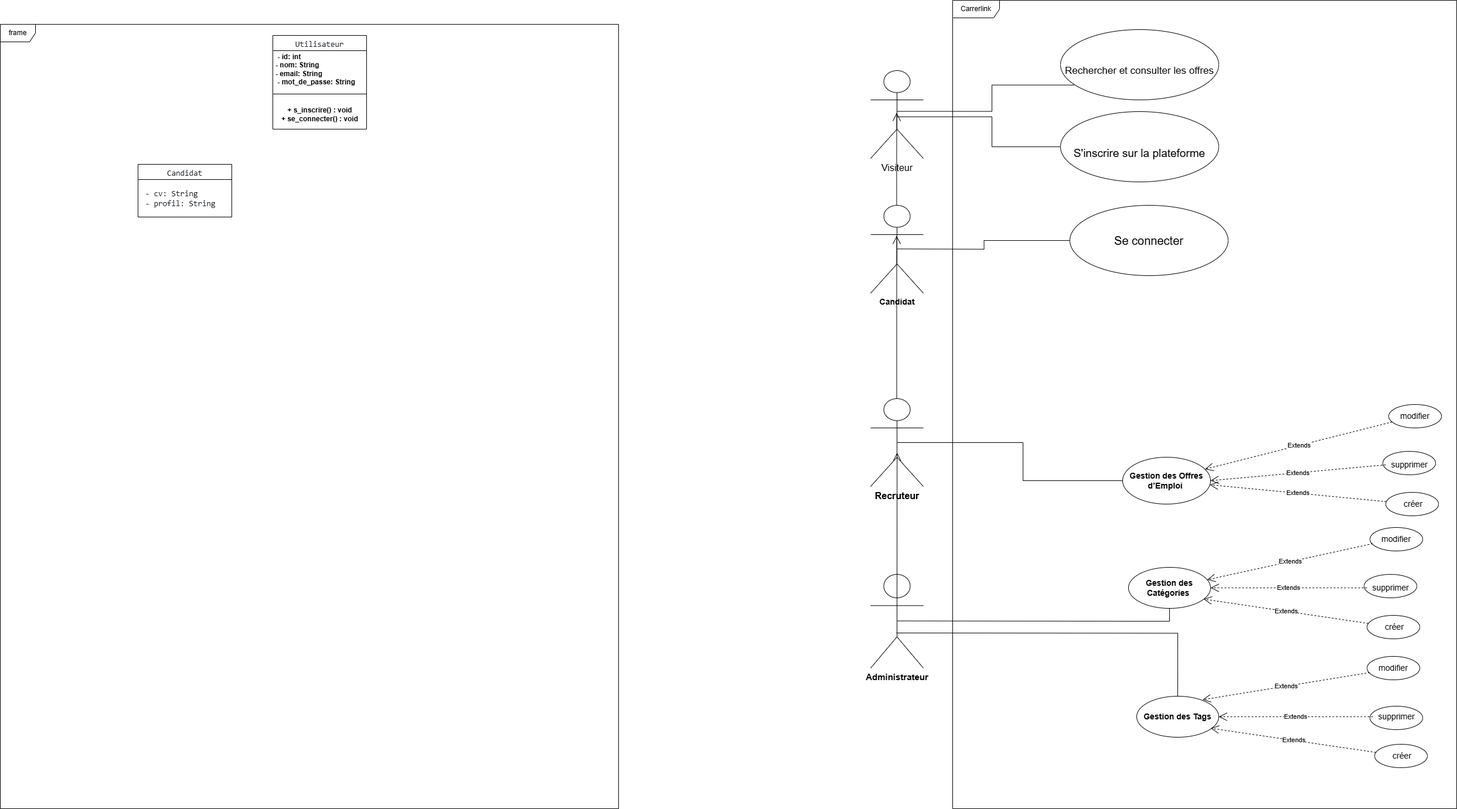
This is CareerLink.drawio.png from mohamedm999/CareerLink, a draw.io export, as it was before one commit. Source tidied: cells renumbered, new cells last; positions are measured from the earlier drawing's top-left corner, leaving out a move shared by most shapes.
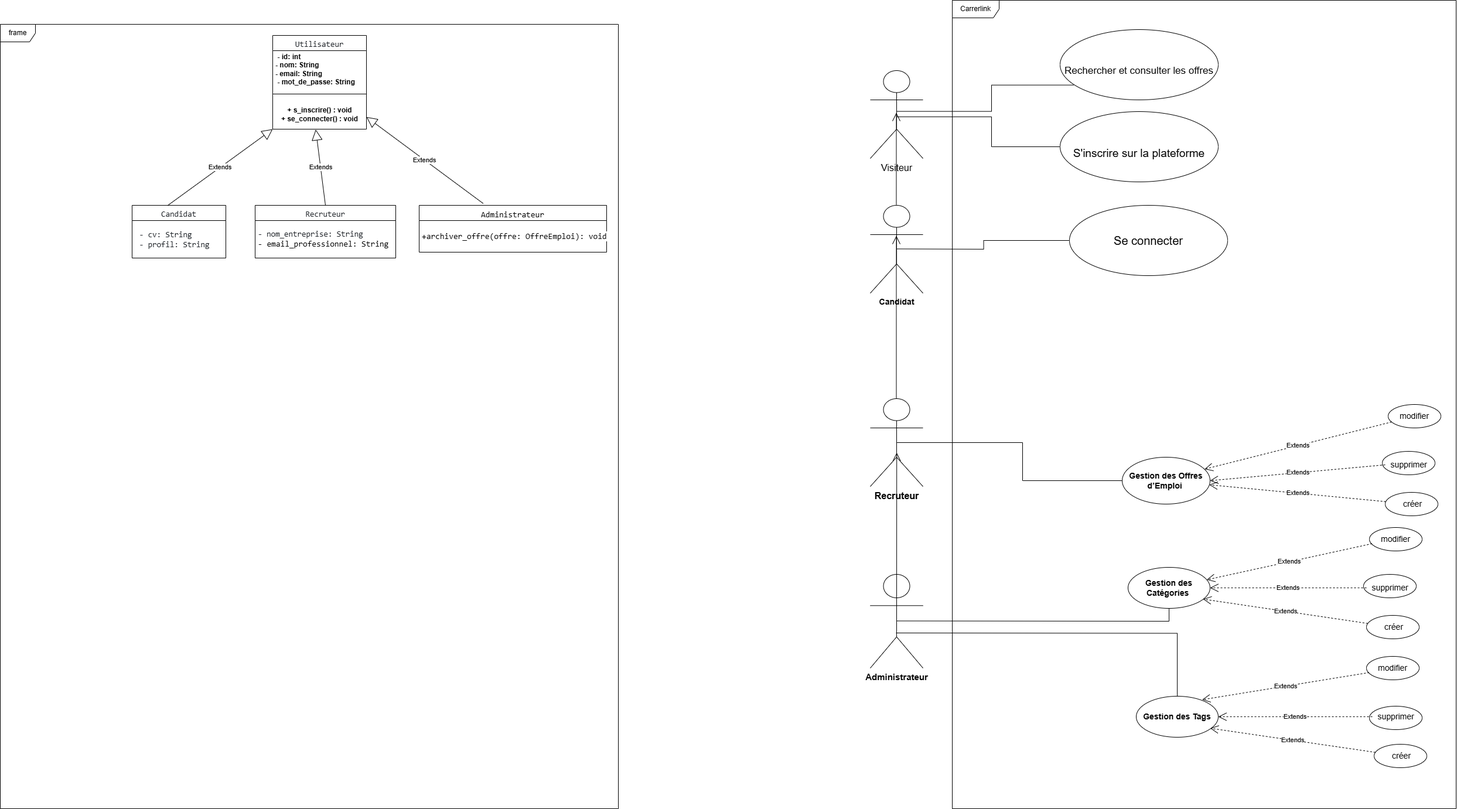
Later version of the same file.

Diff of the diagram source:
```diff
@@ -154,10 +154,31 @@
       <mxGeometry y="110" width="160" height="50" as="geometry" />
     </mxCell>
     <mxCell id="48" value="&lt;div style=&quot;text-align: start;&quot;&gt;&lt;span style=&quot;color: rgb(31, 35, 40); font-family: ui-monospace, SFMono-Regular, &amp;quot;SF Mono&amp;quot;, Menlo, Consolas, &amp;quot;Liberation Mono&amp;quot;, monospace; font-size: 13.6px; font-weight: 400; white-space: pre; background-color: rgb(255, 255, 255);&quot;&gt;Candidat&lt;/span&gt;&lt;/div&gt;" style="swimlane;fontStyle=1;align=center;verticalAlign=top;horizontal=1;startSize=26;whiteSpace=wrap;html=1;" parent="1" vertex="1">
-      <mxGeometry x="235" y="280" width="160" height="90" as="geometry" />
+      <mxGeometry x="225" y="350" width="160" height="90" as="geometry" />
     </mxCell>
     <mxCell id="49" value="&lt;span style=&quot;color: rgb(31, 35, 40); font-family: ui-monospace, SFMono-Regular, &amp;quot;SF Mono&amp;quot;, Menlo, Consolas, &amp;quot;Liberation Mono&amp;quot;, monospace; font-size: 13.6px; font-weight: 400; white-space-collapse: preserve; background-color: rgb(255, 255, 255);&quot;&gt; - cv: String&lt;/span&gt;&lt;div&gt;&lt;span style=&quot;color: rgb(31, 35, 40); font-family: ui-monospace, SFMono-Regular, &amp;quot;SF Mono&amp;quot;, Menlo, Consolas, &amp;quot;Liberation Mono&amp;quot;, monospace; font-size: 13.6px; font-weight: 400; white-space-collapse: preserve; background-color: rgb(255, 255, 255);&quot;&gt; - profil: String&lt;/span&gt;&lt;span style=&quot;color: rgb(31, 35, 40); font-family: ui-monospace, SFMono-Regular, &amp;quot;SF Mono&amp;quot;, Menlo, Consolas, &amp;quot;Liberation Mono&amp;quot;, monospace; font-size: 13.6px; font-weight: 400; white-space-collapse: preserve; background-color: rgb(255, 255, 255);&quot;&gt;&lt;/span&gt;&lt;/div&gt;" style="text;align=left;fontStyle=1;verticalAlign=middle;spacingLeft=3;spacingRight=3;strokeColor=none;html=1;" parent="48" vertex="1">
       <mxGeometry y="26" width="160" height="64" as="geometry" />
     </mxCell>
+    <mxCell id="50" value="&lt;div style=&quot;text-align: start;&quot;&gt;&lt;span style=&quot;color: rgb(31, 35, 40); font-family: ui-monospace, SFMono-Regular, &amp;quot;SF Mono&amp;quot;, Menlo, Consolas, &amp;quot;Liberation Mono&amp;quot;, monospace; font-size: 13.6px; font-weight: 400; white-space: pre; background-color: rgb(255, 255, 255);&quot;&gt;Recruteur&lt;/span&gt;&lt;/div&gt;" style="swimlane;fontStyle=1;align=center;verticalAlign=top;horizontal=1;startSize=26;whiteSpace=wrap;html=1;" parent="1" vertex="1">
+      <mxGeometry x="435" y="350" width="240" height="90" as="geometry" />
+    </mxCell>
+    <mxCell id="51" value="&lt;span style=&quot;color: rgb(31, 35, 40); font-family: ui-monospace, SFMono-Regular, &amp;quot;SF Mono&amp;quot;, Menlo, Consolas, &amp;quot;Liberation Mono&amp;quot;, monospace; font-size: 13.6px; font-weight: 400; white-space-collapse: preserve; background-color: rgb(255, 255, 255);&quot;&gt;- nom_entreprise: String&lt;/span&gt;&lt;div&gt;&lt;span style=&quot;font-family: ui-monospace, SFMono-Regular, &amp;quot;SF Mono&amp;quot;, Menlo, Consolas, &amp;quot;Liberation Mono&amp;quot;, monospace; font-size: 13.6px; font-weight: 400; white-space-collapse: preserve; background-color: rgb(255, 255, 255);&quot;&gt;&lt;div style=&quot;font-family: Consolas, &amp;quot;Courier New&amp;quot;, monospace; font-size: 14px; line-height: 19px;&quot;&gt;&lt;font style=&quot;color: rgb(0, 0, 0);&quot;&gt;- email_professionnel: String&lt;/font&gt;&lt;/div&gt;&lt;/span&gt;&lt;/div&gt;" style="text;align=left;fontStyle=1;verticalAlign=middle;spacingLeft=3;spacingRight=3;strokeColor=none;html=1;" parent="50" vertex="1">
+      <mxGeometry y="26" width="240" height="64" as="geometry" />
+    </mxCell>
+    <mxCell id="52" value="&lt;div style=&quot;text-align: start;&quot;&gt;&lt;div style=&quot;font-family: Consolas, &amp;quot;Courier New&amp;quot;, monospace; font-weight: normal; font-size: 14px; line-height: 19px; white-space: pre;&quot;&gt;&lt;font style=&quot;color: rgb(0, 0, 0); background-color: rgb(255, 255, 255);&quot;&gt;Administrateur&lt;/font&gt;&lt;/div&gt;&lt;/div&gt;" style="swimlane;fontStyle=1;align=center;verticalAlign=top;horizontal=1;startSize=26;whiteSpace=wrap;html=1;" parent="1" vertex="1">
+      <mxGeometry x="715" y="350" width="320" height="80" as="geometry" />
+    </mxCell>
+    <mxCell id="53" value="&lt;div style=&quot;font-family: Consolas, &amp;quot;Courier New&amp;quot;, monospace; font-weight: normal; font-size: 14px; line-height: 19px; white-space-collapse: preserve;&quot;&gt;&lt;span style=&quot;background-color: rgb(255, 255, 255);&quot;&gt;&lt;font style=&quot;color: rgb(0, 0, 0);&quot;&gt;+archiver_offre(offre: OffreEmploi): void&lt;/font&gt;&lt;/span&gt;&lt;/div&gt;" style="text;align=left;fontStyle=1;verticalAlign=middle;spacingLeft=3;spacingRight=3;strokeColor=none;html=1;" parent="52" vertex="1">
+      <mxGeometry y="26" width="320" height="54" as="geometry" />
+    </mxCell>
+    <mxCell id="54" value="Extends" style="endArrow=block;endSize=16;endFill=0;html=1;rounded=0;exitX=0.378;exitY=0.005;exitDx=0;exitDy=0;exitPerimeter=0;entryX=0;entryY=1;entryDx=0;entryDy=0;entryPerimeter=0;" parent="1" edge="1" source="48" target="47">
+      <mxGeometry relative="1" as="geometry" />
+    </mxCell>
+    <mxCell id="55" value="Extends" style="endArrow=block;endSize=16;endFill=0;html=1;rounded=0;exitX=0.5;exitY=0;exitDx=0;exitDy=0;entryX=0.459;entryY=1.012;entryDx=0;entryDy=0;entryPerimeter=0;" parent="1" edge="1" source="50" target="47">
+      <mxGeometry relative="1" as="geometry" />
+    </mxCell>
+    <mxCell id="56" value="Extends" style="endArrow=block;endSize=16;endFill=0;html=1;rounded=0;exitX=0.342;exitY=-0.038;exitDx=0;exitDy=0;exitPerimeter=0;" parent="1" edge="1" source="52" target="44">
+      <mxGeometry relative="1" as="geometry" />
+    </mxCell>
   </root>
 </mxGraphModel>
```
